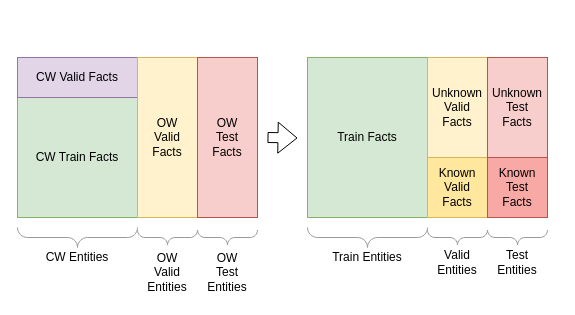
Above: src/5_experiments/2_power_datasets/power_split.drawio in TobiasUhmann/thesis-latex (draw.io), before the change. Source tidied: cells renumbered, new cells numbered last; positions are measured from the earlier drawing's top-left corner, leaving out a move shared by most shapes. Both pictures are drawn from the tidied source at 100%, with x=0, y=0 at pixel (17, 57).
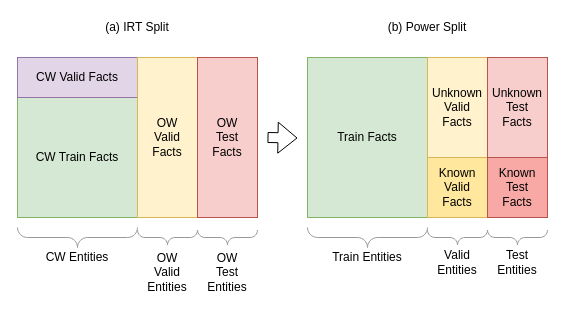
The same diagram, later.

Change to the diagram source:
```diff
@@
+    <mxCell id="24" value="(a) IRT Split" style="text;html=1;strokeColor=none;fillColor=none;align=center;verticalAlign=middle;whiteSpace=wrap;rounded=0;" parent="1" vertex="1">
+      <mxGeometry y="-40" width="240" height="20" as="geometry" />
+    </mxCell>
+    <mxCell id="25" value="(b) Power Split" style="text;html=1;strokeColor=none;fillColor=none;align=center;verticalAlign=middle;whiteSpace=wrap;rounded=0;" parent="1" vertex="1">
+      <mxGeometry x="290" y="-40" width="240" height="20" as="geometry" />
+    </mxCell>
```
